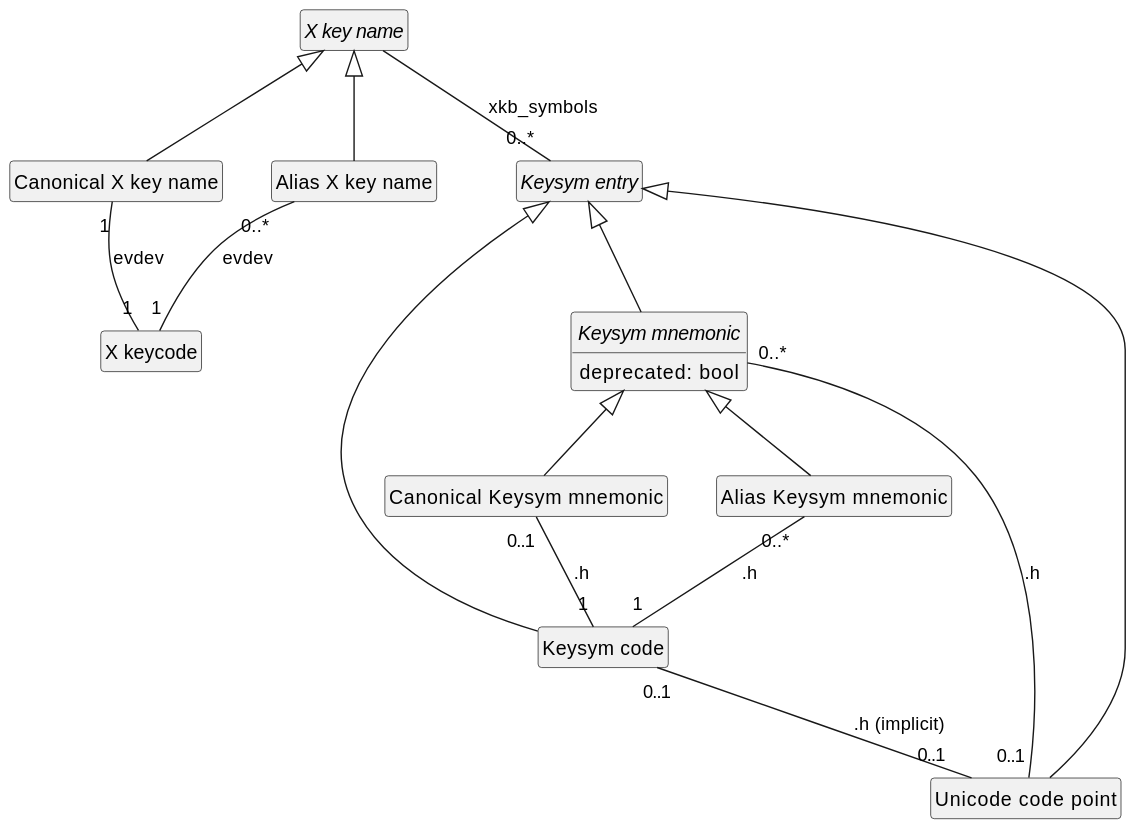
This is X mappings.svg from oliviercailloux/XKB-doc, a PlantUML export, as it was before one commit.
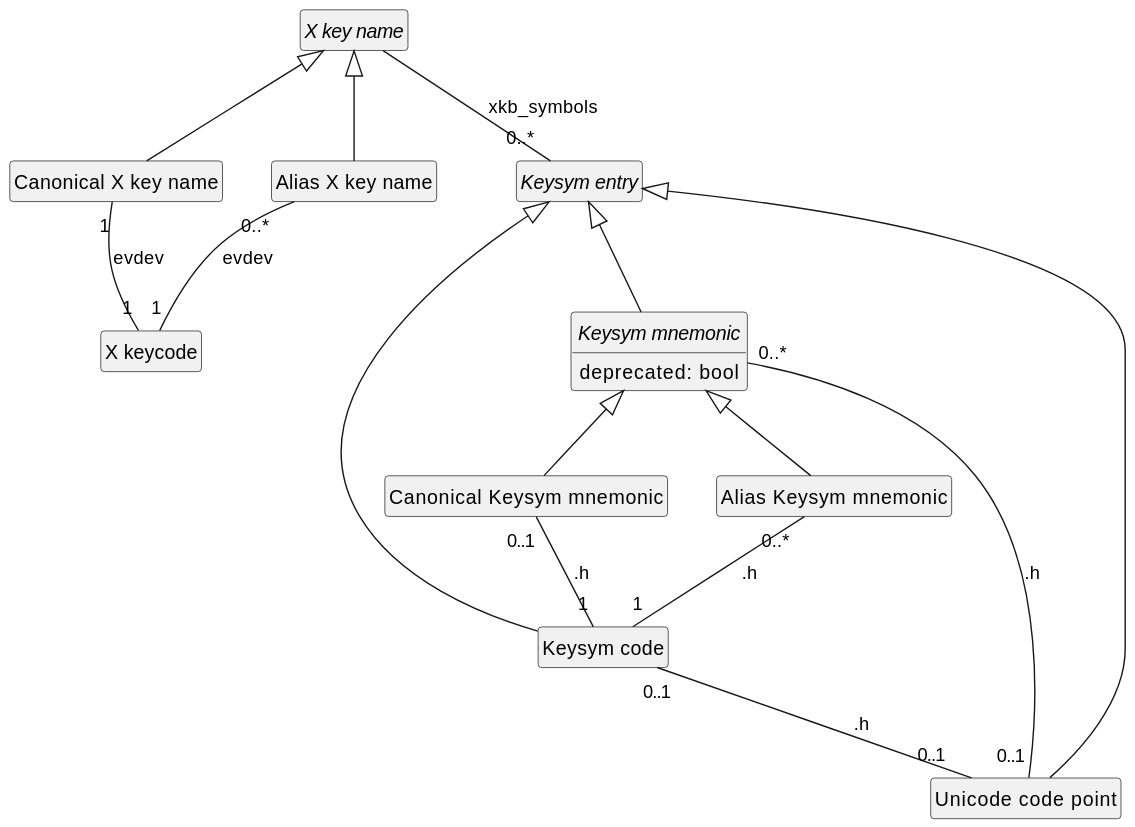
Later version of the same file.

Commit message:
Rm .h implicit mark

Diff of the diagram source:
```diff
@@ -21,5 +21,5 @@
 "Keysym mnemonic" "0..*" -- "0..1" "Unicode code point" : .h
 "Canonical Keysym mnemonic" "0..1" -- "1" "Keysym code" : .h
 "Alias Keysym mnemonic" "0..*" -- "1" "Keysym code" : .h
-"Keysym code" "0..1" -- "0..1" "Unicode code point" : .h (implicit)
+"Keysym code" "0..1" -- "0..1" "Unicode code point" : .h
 @enduml
```
